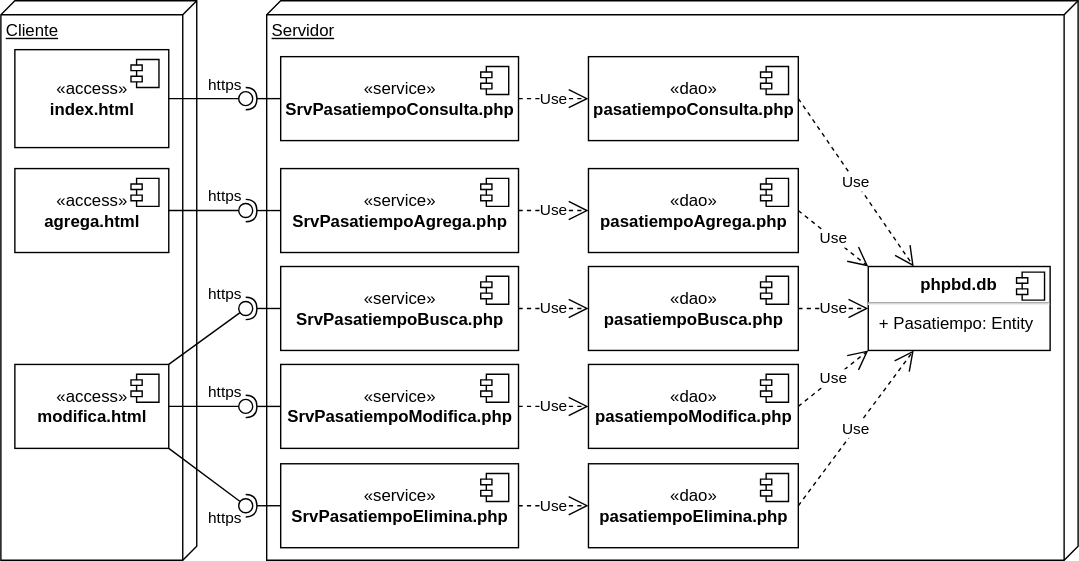
Earlier version of the draw.io export docs/img/m13bd/bddistribucion.drawio.svg (gilpgawoas/gilpgawoas.github.io). Source tidied: cells renumbered, new cells last; positions are measured from the earlier drawing's top-left corner, leaving out a move shared by most shapes. The source it was exported from:
```xml
<mxGraphModel>
  <root>
    <mxCell id="0" />
    <mxCell id="1" parent="0" />
    <mxCell id="2" value="Cliente" style="verticalAlign=top;align=left;spacingTop=8;spacingLeft=2;spacingRight=12;shape=cube;size=10;direction=south;fontStyle=4;html=1;" parent="1" vertex="1">
      <mxGeometry width="140" height="400" as="geometry" />
    </mxCell>
    <mxCell id="3" value="«access»&lt;br&gt;&lt;b&gt;index.html&lt;/b&gt;" style="html=1;" parent="1" vertex="1">
      <mxGeometry x="10" y="35" width="110" height="70" as="geometry" />
    </mxCell>
    <mxCell id="4" style="shape=module;jettyWidth=8;jettyHeight=4;" parent="3" vertex="1">
      <mxGeometry x="1" width="20" height="20" relative="1" as="geometry">
        <mxPoint x="-27" y="7" as="offset" />
      </mxGeometry>
    </mxCell>
    <mxCell id="5" value="Servidor" style="verticalAlign=top;align=left;spacingTop=8;spacingLeft=2;spacingRight=12;shape=cube;size=10;direction=south;fontStyle=4;html=1;" parent="1" vertex="1">
      <mxGeometry x="190" width="580" height="400" as="geometry" />
    </mxCell>
    <mxCell id="6" value="«service»&lt;br&gt;&lt;b&gt;SrvPasatiempoConsulta.php&lt;/b&gt;" style="html=1;" parent="1" vertex="1">
      <mxGeometry x="200" y="40" width="170" height="60" as="geometry" />
    </mxCell>
    <mxCell id="7" style="shape=module;jettyWidth=8;jettyHeight=4;" parent="6" vertex="1">
      <mxGeometry x="1" width="20" height="20" relative="1" as="geometry">
        <mxPoint x="-27" y="7" as="offset" />
      </mxGeometry>
    </mxCell>
    <mxCell id="8" value="«dao»&lt;br&gt;&lt;b&gt;pasatiempoModifica.php&lt;/b&gt;" style="html=1;" parent="1" vertex="1">
      <mxGeometry x="420" y="260" width="150" height="60" as="geometry" />
    </mxCell>
    <mxCell id="9" style="shape=module;jettyWidth=8;jettyHeight=4;" parent="8" vertex="1">
      <mxGeometry x="1" width="20" height="20" relative="1" as="geometry">
        <mxPoint x="-27" y="7" as="offset" />
      </mxGeometry>
    </mxCell>
    <mxCell id="10" value="«dao»&lt;br&gt;&lt;b&gt;pasatiempoElimina.php&lt;/b&gt;" style="html=1;" parent="1" vertex="1">
      <mxGeometry x="420" y="331" width="150" height="60" as="geometry" />
    </mxCell>
    <mxCell id="11" style="shape=module;jettyWidth=8;jettyHeight=4;" parent="10" vertex="1">
      <mxGeometry x="1" width="20" height="20" relative="1" as="geometry">
        <mxPoint x="-27" y="7" as="offset" />
      </mxGeometry>
    </mxCell>
    <mxCell id="12" value="Use" style="endArrow=open;endSize=12;dashed=1;html=1;rounded=0;entryX=0;entryY=0.5;entryDx=0;entryDy=0;exitX=1;exitY=0.5;exitDx=0;exitDy=0;" parent="1" edge="1" source="6" target="30">
      <mxGeometry relative="1" as="geometry" />
    </mxCell>
    <mxCell id="13" value="Use" style="endArrow=open;endSize=12;dashed=1;html=1;rounded=0;entryX=0;entryY=0.5;entryDx=0;entryDy=0;exitX=1;exitY=0.5;exitDx=0;exitDy=0;" parent="1" edge="1" source="38" target="10">
      <mxGeometry relative="1" as="geometry" />
    </mxCell>
    <mxCell id="14" value="Use" style="endArrow=open;endSize=12;dashed=1;html=1;rounded=0;exitX=1;exitY=0.5;exitDx=0;exitDy=0;entryX=0;entryY=1;entryDx=0;entryDy=0;" parent="1" edge="1" source="8" target="16">
      <mxGeometry relative="1" as="geometry" />
    </mxCell>
    <mxCell id="15" value="Use" style="endArrow=open;endSize=12;dashed=1;html=1;rounded=0;entryX=0.25;entryY=1;entryDx=0;entryDy=0;exitX=1;exitY=0.5;exitDx=0;exitDy=0;" parent="1" edge="1" source="10" target="16">
      <mxGeometry relative="1" as="geometry" />
    </mxCell>
    <mxCell id="16" value="&lt;p style=&quot;margin:0px;margin-top:6px;text-align:center;&quot;&gt;&lt;b&gt;phpbd.db&lt;/b&gt;&lt;/p&gt;&lt;hr&gt;&lt;p style=&quot;margin:0px;margin-left:8px;&quot;&gt;+ Pasatiempo: Entity&lt;/p&gt;" style="align=left;overflow=fill;html=1;" parent="1" vertex="1">
      <mxGeometry x="620" y="190" width="130" height="60" as="geometry" />
    </mxCell>
    <mxCell id="17" style="shape=component;jettyWidth=8;jettyHeight=4;" parent="16" vertex="1">
      <mxGeometry x="1" width="20" height="20" relative="1" as="geometry">
        <mxPoint x="-24" y="4" as="offset" />
      </mxGeometry>
    </mxCell>
    <mxCell id="18" value="«dao»&lt;br&gt;&lt;b&gt;pasatiempoAgrega.php&lt;/b&gt;" style="html=1;" parent="1" vertex="1">
      <mxGeometry x="420" y="120" width="150" height="60" as="geometry" />
    </mxCell>
    <mxCell id="19" style="shape=module;jettyWidth=8;jettyHeight=4;" parent="18" vertex="1">
      <mxGeometry x="1" width="20" height="20" relative="1" as="geometry">
        <mxPoint x="-27" y="7" as="offset" />
      </mxGeometry>
    </mxCell>
    <mxCell id="20" value="«dao»&lt;br&gt;&lt;b&gt;pasatiempoBusca.php&lt;/b&gt;" style="html=1;" parent="1" vertex="1">
      <mxGeometry x="420" y="190" width="150" height="60" as="geometry" />
    </mxCell>
    <mxCell id="21" style="shape=module;jettyWidth=8;jettyHeight=4;" parent="20" vertex="1">
      <mxGeometry x="1" width="20" height="20" relative="1" as="geometry">
        <mxPoint x="-27" y="7" as="offset" />
      </mxGeometry>
    </mxCell>
    <mxCell id="22" value="Use" style="endArrow=open;endSize=12;dashed=1;html=1;rounded=0;exitX=1;exitY=0.5;exitDx=0;exitDy=0;entryX=0;entryY=0;entryDx=0;entryDy=0;" parent="1" edge="1" source="18" target="16">
      <mxGeometry relative="1" as="geometry" />
    </mxCell>
    <mxCell id="23" value="Use" style="endArrow=open;endSize=12;dashed=1;html=1;rounded=0;exitX=1;exitY=0.5;exitDx=0;exitDy=0;entryX=0;entryY=0.5;entryDx=0;entryDy=0;" parent="1" edge="1" source="20" target="16">
      <mxGeometry relative="1" as="geometry" />
    </mxCell>
    <mxCell id="24" value="Use" style="endArrow=open;endSize=12;dashed=1;html=1;rounded=0;entryX=0;entryY=0.5;entryDx=0;entryDy=0;exitX=1;exitY=0.5;exitDx=0;exitDy=0;" parent="1" edge="1" source="34" target="20">
      <mxGeometry relative="1" as="geometry" />
    </mxCell>
    <mxCell id="25" value="Use" style="endArrow=open;endSize=12;dashed=1;html=1;rounded=0;entryX=0;entryY=0.5;entryDx=0;entryDy=0;exitX=1;exitY=0.5;exitDx=0;exitDy=0;" parent="1" edge="1" source="36" target="8">
      <mxGeometry relative="1" as="geometry" />
    </mxCell>
    <mxCell id="26" value="«access»&lt;br&gt;&lt;b&gt;agrega.html&lt;/b&gt;" style="html=1;" parent="1" vertex="1">
      <mxGeometry x="10" y="120" width="110" height="60" as="geometry" />
    </mxCell>
    <mxCell id="27" style="shape=module;jettyWidth=8;jettyHeight=4;" parent="26" vertex="1">
      <mxGeometry x="1" width="20" height="20" relative="1" as="geometry">
        <mxPoint x="-27" y="7" as="offset" />
      </mxGeometry>
    </mxCell>
    <mxCell id="28" value="«access»&lt;br&gt;&lt;b&gt;modifica.html&lt;/b&gt;" style="html=1;" parent="1" vertex="1">
      <mxGeometry x="10" y="260" width="110" height="60" as="geometry" />
    </mxCell>
    <mxCell id="29" style="shape=module;jettyWidth=8;jettyHeight=4;" parent="28" vertex="1">
      <mxGeometry x="1" width="20" height="20" relative="1" as="geometry">
        <mxPoint x="-27" y="7" as="offset" />
      </mxGeometry>
    </mxCell>
    <mxCell id="30" value="«dao»&lt;br&gt;&lt;b&gt;pasatiempoConsulta.php&lt;/b&gt;" style="html=1;" parent="1" vertex="1">
      <mxGeometry x="420" y="40" width="150" height="60" as="geometry" />
    </mxCell>
    <mxCell id="31" style="shape=module;jettyWidth=8;jettyHeight=4;" parent="30" vertex="1">
      <mxGeometry x="1" width="20" height="20" relative="1" as="geometry">
        <mxPoint x="-27" y="7" as="offset" />
      </mxGeometry>
    </mxCell>
    <mxCell id="32" value="«service»&lt;br&gt;&lt;b&gt;SrvPasatiempoAgrega.php&lt;/b&gt;" style="html=1;" parent="1" vertex="1">
      <mxGeometry x="200" y="120" width="170" height="60" as="geometry" />
    </mxCell>
    <mxCell id="33" style="shape=module;jettyWidth=8;jettyHeight=4;" parent="32" vertex="1">
      <mxGeometry x="1" width="20" height="20" relative="1" as="geometry">
        <mxPoint x="-27" y="7" as="offset" />
      </mxGeometry>
    </mxCell>
    <mxCell id="34" value="«service»&lt;br&gt;&lt;b&gt;SrvPasatiempoBusca.php&lt;/b&gt;" style="html=1;" parent="1" vertex="1">
      <mxGeometry x="200" y="190" width="170" height="60" as="geometry" />
    </mxCell>
    <mxCell id="35" style="shape=module;jettyWidth=8;jettyHeight=4;" parent="34" vertex="1">
      <mxGeometry x="1" width="20" height="20" relative="1" as="geometry">
        <mxPoint x="-27" y="7" as="offset" />
      </mxGeometry>
    </mxCell>
    <mxCell id="36" value="«service»&lt;br&gt;&lt;b&gt;SrvPasatiempoModifica.php&lt;/b&gt;" style="html=1;" parent="1" vertex="1">
      <mxGeometry x="200" y="260" width="170" height="60" as="geometry" />
    </mxCell>
    <mxCell id="37" style="shape=module;jettyWidth=8;jettyHeight=4;" parent="36" vertex="1">
      <mxGeometry x="1" width="20" height="20" relative="1" as="geometry">
        <mxPoint x="-27" y="7" as="offset" />
      </mxGeometry>
    </mxCell>
    <mxCell id="38" value="«service»&lt;br&gt;&lt;b&gt;SrvPasatiempoElimina.php&lt;/b&gt;" style="html=1;" parent="1" vertex="1">
      <mxGeometry x="200" y="331" width="170" height="60" as="geometry" />
    </mxCell>
    <mxCell id="39" style="shape=module;jettyWidth=8;jettyHeight=4;" parent="38" vertex="1">
      <mxGeometry x="1" width="20" height="20" relative="1" as="geometry">
        <mxPoint x="-27" y="7" as="offset" />
      </mxGeometry>
    </mxCell>
    <mxCell id="40" value="Use" style="endArrow=open;endSize=12;dashed=1;html=1;rounded=0;entryX=0;entryY=0.5;entryDx=0;entryDy=0;exitX=1;exitY=0.5;exitDx=0;exitDy=0;" parent="1" edge="1" source="32" target="18">
      <mxGeometry relative="1" as="geometry" />
    </mxCell>
    <mxCell id="41" value="Use" style="endArrow=open;endSize=12;dashed=1;html=1;rounded=0;exitX=1;exitY=0.5;exitDx=0;exitDy=0;entryX=0.25;entryY=0;entryDx=0;entryDy=0;" parent="1" edge="1" source="30" target="16">
      <mxGeometry relative="1" as="geometry" />
    </mxCell>
    <mxCell id="42" value="https" style="rounded=0;jettySize=auto;html=1;endArrow=none;endFill=0;sketch=0;sourcePerimeterSpacing=0;targetPerimeterSpacing=0;exitX=1;exitY=0;exitDx=0;exitDy=0;" parent="1" edge="1" source="28" target="44">
      <mxGeometry x="0.96" y="17" relative="1" as="geometry" />
    </mxCell>
    <mxCell id="43" style="rounded=0;jettySize=auto;html=1;endArrow=halfCircle;endFill=0;entryX=0.5;entryY=0.5;endSize=6;strokeWidth=1;sketch=0;exitX=0;exitY=0.5;exitDx=0;exitDy=0;" parent="1" edge="1" source="34" target="44">
      <mxGeometry relative="1" as="geometry" />
    </mxCell>
    <mxCell id="44" style="ellipse;whiteSpace=wrap;html=1;align=center;points=[];outlineConnect=0;sketch=0;" parent="1" vertex="1">
      <mxGeometry x="170" y="215" width="10" height="10" as="geometry" />
    </mxCell>
    <mxCell id="45" value="https" style="rounded=0;jettySize=auto;html=1;endArrow=none;endFill=0;sketch=0;sourcePerimeterSpacing=0;targetPerimeterSpacing=0;exitX=1;exitY=0.5;exitDx=0;exitDy=0;" parent="1" edge="1" source="28" target="47">
      <mxGeometry x="0.6" y="10" relative="1" as="geometry" />
    </mxCell>
    <mxCell id="46" style="rounded=0;jettySize=auto;html=1;endArrow=halfCircle;endFill=0;entryX=0.5;entryY=0.5;endSize=6;strokeWidth=1;sketch=0;exitX=0;exitY=0.5;exitDx=0;exitDy=0;" parent="1" edge="1" source="36" target="47">
      <mxGeometry relative="1" as="geometry" />
    </mxCell>
    <mxCell id="47" style="ellipse;whiteSpace=wrap;html=1;align=center;points=[];outlineConnect=0;sketch=0;" parent="1" vertex="1">
      <mxGeometry x="170" y="285" width="10" height="10" as="geometry" />
    </mxCell>
    <mxCell id="48" value="https" style="rounded=0;jettySize=auto;html=1;endArrow=none;endFill=0;sketch=0;sourcePerimeterSpacing=0;targetPerimeterSpacing=0;exitX=1;exitY=1;exitDx=0;exitDy=0;" parent="1" edge="1" source="28" target="50">
      <mxGeometry x="0.95" y="-16" relative="1" as="geometry" />
    </mxCell>
    <mxCell id="49" style="rounded=0;jettySize=auto;html=1;endArrow=halfCircle;endFill=0;entryX=0.5;entryY=0.5;endSize=6;strokeWidth=1;sketch=0;exitX=0;exitY=0.5;exitDx=0;exitDy=0;" parent="1" edge="1" source="38" target="50">
      <mxGeometry relative="1" as="geometry" />
    </mxCell>
    <mxCell id="50" style="ellipse;whiteSpace=wrap;html=1;align=center;points=[];outlineConnect=0;sketch=0;" parent="1" vertex="1">
      <mxGeometry x="170" y="356" width="10" height="10" as="geometry" />
    </mxCell>
    <mxCell id="51" value="https" style="rounded=0;jettySize=auto;html=1;endArrow=none;endFill=0;sketch=0;sourcePerimeterSpacing=0;targetPerimeterSpacing=0;exitX=1;exitY=0.5;exitDx=0;exitDy=0;" parent="1" edge="1" source="26" target="53">
      <mxGeometry x="0.6" y="10" relative="1" as="geometry" />
    </mxCell>
    <mxCell id="52" style="rounded=0;jettySize=auto;html=1;endArrow=halfCircle;endFill=0;entryX=0.5;entryY=0.5;endSize=6;strokeWidth=1;sketch=0;exitX=0;exitY=0.5;exitDx=0;exitDy=0;" parent="1" edge="1" source="32" target="53">
      <mxGeometry relative="1" as="geometry" />
    </mxCell>
    <mxCell id="53" style="ellipse;whiteSpace=wrap;html=1;align=center;points=[];outlineConnect=0;sketch=0;" parent="1" vertex="1">
      <mxGeometry x="170" y="145" width="10" height="10" as="geometry" />
    </mxCell>
    <mxCell id="54" value="https" style="rounded=0;jettySize=auto;html=1;endArrow=none;endFill=0;sketch=0;sourcePerimeterSpacing=0;targetPerimeterSpacing=0;exitX=1;exitY=0.5;exitDx=0;exitDy=0;" parent="1" edge="1" source="3" target="56">
      <mxGeometry x="0.6" y="10" relative="1" as="geometry" />
    </mxCell>
    <mxCell id="55" style="rounded=0;jettySize=auto;html=1;endArrow=halfCircle;endFill=0;entryX=0.5;entryY=0.5;endSize=6;strokeWidth=1;sketch=0;exitX=0;exitY=0.5;exitDx=0;exitDy=0;" parent="1" edge="1" source="6" target="56">
      <mxGeometry relative="1" as="geometry" />
    </mxCell>
    <mxCell id="56" style="ellipse;whiteSpace=wrap;html=1;align=center;points=[];outlineConnect=0;sketch=0;" parent="1" vertex="1">
      <mxGeometry x="170" y="65" width="10" height="10" as="geometry" />
    </mxCell>
  </root>
</mxGraphModel>
```
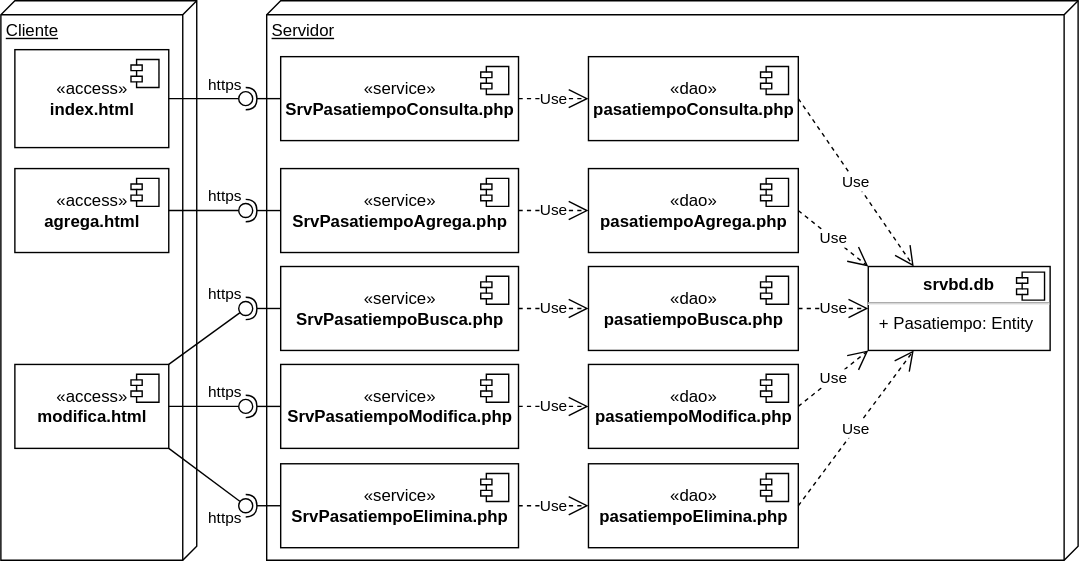
Above is the later version.

Diff of the diagram source:
```diff
@@ -52,7 +52,7 @@
     <mxCell id="15" value="Use" style="endArrow=open;endSize=12;dashed=1;html=1;rounded=0;entryX=0.25;entryY=1;entryDx=0;entryDy=0;exitX=1;exitY=0.5;exitDx=0;exitDy=0;" parent="1" edge="1" source="10" target="16">
       <mxGeometry relative="1" as="geometry" />
     </mxCell>
-    <mxCell id="16" value="&lt;p style=&quot;margin:0px;margin-top:6px;text-align:center;&quot;&gt;&lt;b&gt;phpbd.db&lt;/b&gt;&lt;/p&gt;&lt;hr&gt;&lt;p style=&quot;margin:0px;margin-left:8px;&quot;&gt;+ Pasatiempo: Entity&lt;/p&gt;" style="align=left;overflow=fill;html=1;" parent="1" vertex="1">
+    <mxCell id="16" value="&lt;p style=&quot;margin:0px;margin-top:6px;text-align:center;&quot;&gt;&lt;b&gt;srvbd.db&lt;/b&gt;&lt;/p&gt;&lt;hr&gt;&lt;p style=&quot;margin:0px;margin-left:8px;&quot;&gt;+ Pasatiempo: Entity&lt;/p&gt;" style="align=left;overflow=fill;html=1;" parent="1" vertex="1">
       <mxGeometry x="620" y="190" width="130" height="60" as="geometry" />
     </mxCell>
     <mxCell id="17" style="shape=component;jettyWidth=8;jettyHeight=4;" parent="16" vertex="1">
```
